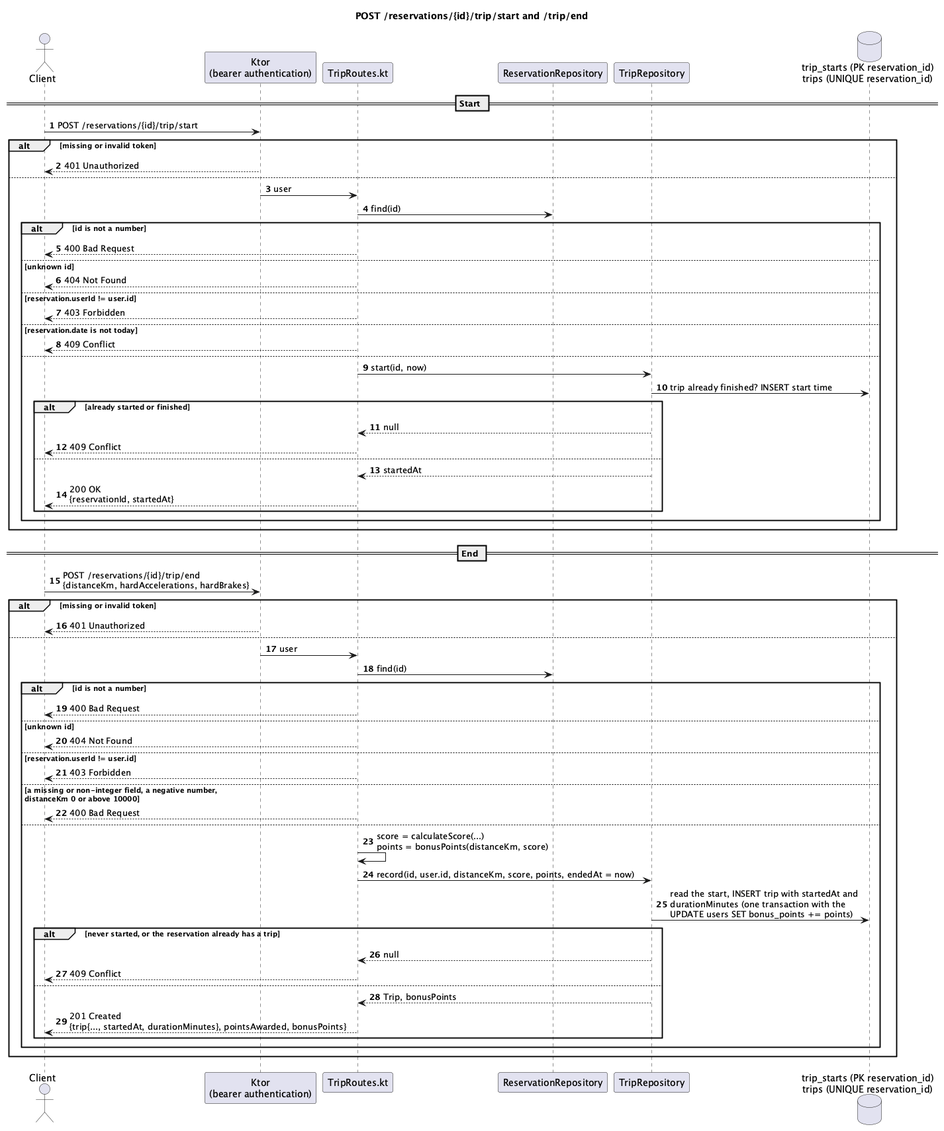
The PlantUML diagram docs/diagrams/sequence-start-end-trip.png in Rent-a-car-38291/rent-a-car, before a commit. Its diagram source:
```plantuml
@startuml
title POST /reservations/{id}/trip/start and /trip/end
autonumber

actor Client
participant "Ktor\n(bearer authentication)" as Auth
participant "TripRoutes.kt" as Route
participant "ReservationRepository" as Reservations
participant "TripRepository" as Repo
database "trip_starts (PK reservation_id)\ntrips (UNIQUE reservation_id)" as Db

== Start ==
Client -> Auth : POST /reservations/{id}/trip/start
alt missing or invalid token
  Auth --> Client : 401 Unauthorized
else
  Auth -> Route : user
  Route -> Reservations : find(id)
  alt id is not a number
    Route --> Client : 400 Bad Request
  else unknown id
    Route --> Client : 404 Not Found
  else reservation.userId != user.id
    Route --> Client : 403 Forbidden
  else reservation.date is not today
    Route --> Client : 409 Conflict
  else
    Route -> Repo : start(id, now)
    Repo -> Db : trip already finished? INSERT start time
    alt already started or finished
      Repo --> Route : null
      Route --> Client : 409 Conflict
    else
      Repo --> Route : startedAt
      Route --> Client : 200 OK\n{reservationId, startedAt}
    end
  end
end

== End ==
Client -> Auth : POST /reservations/{id}/trip/end\n{distanceKm, hardAccelerations, hardBrakes}
alt missing or invalid token
  Auth --> Client : 401 Unauthorized
else
  Auth -> Route : user
  Route -> Reservations : find(id)
  alt id is not a number
    Route --> Client : 400 Bad Request
  else unknown id
    Route --> Client : 404 Not Found
  else reservation.userId != user.id
    Route --> Client : 403 Forbidden
  else a missing or non-integer field, a negative number,\ndistanceKm 0 or above 10000
    Route --> Client : 400 Bad Request
  else
    Route -> Route : score = calculateScore(...)\npoints = bonusPoints(distanceKm, score)
    Route -> Repo : record(id, user.id, distanceKm, score, points, endedAt = now)
    Repo -> Db : read the start, INSERT trip with startedAt and\ndurationMinutes (one transaction with the\nUPDATE users SET bonus_points += points)
    alt never started, or the reservation already has a trip
      Repo --> Route : null
      Route --> Client : 409 Conflict
    else
      Repo --> Route : Trip, bonusPoints
      Route --> Client : 201 Created\n{trip{..., startedAt, durationMinutes}, pointsAwarded, bonusPoints}
    end
  end
end

@enduml
```
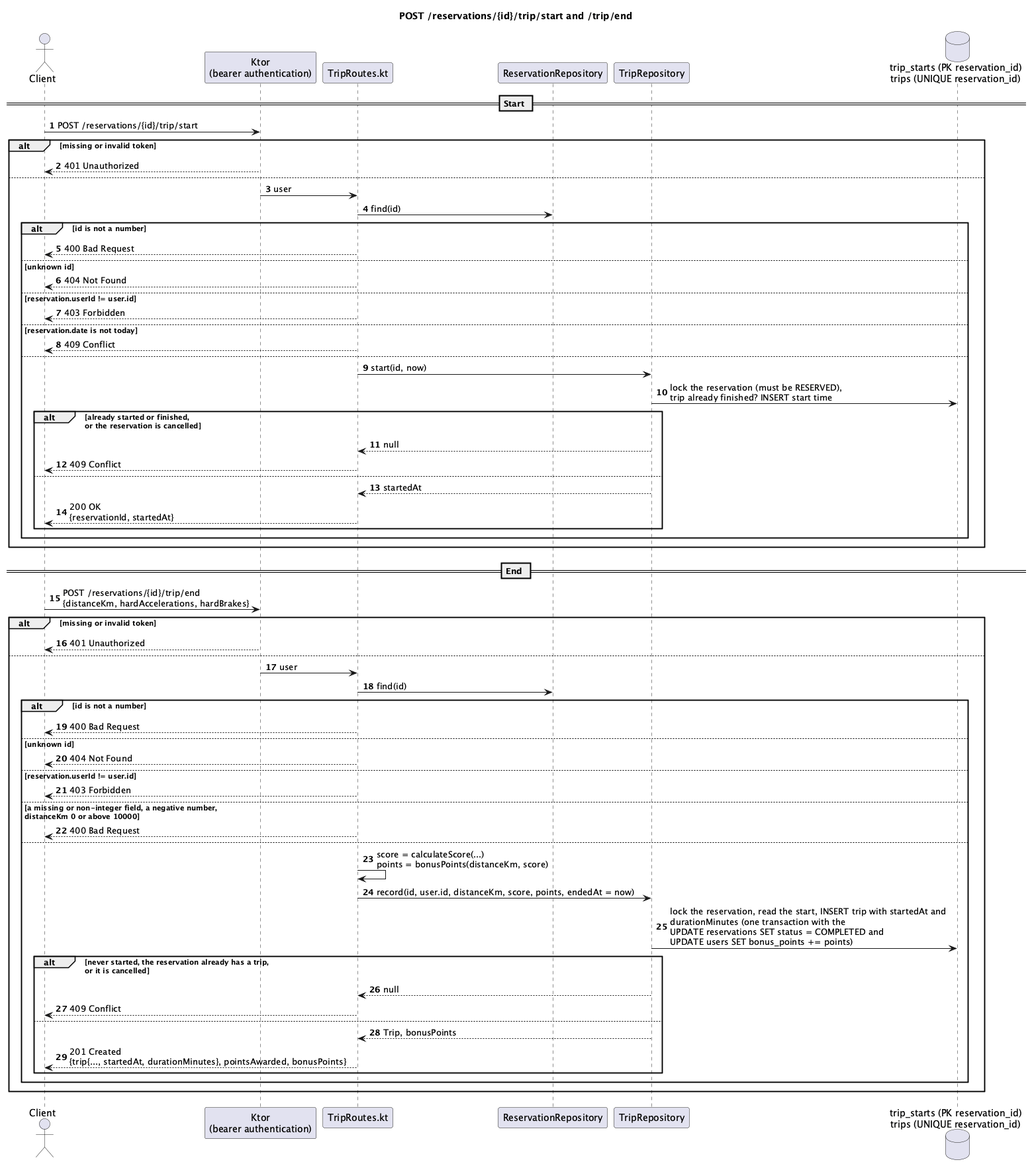
The same file after the commit.

The edit, as a diff of the source:
```diff
@@ -26,8 +26,8 @@
     Route --> Client : 409 Conflict
   else
     Route -> Repo : start(id, now)
-    Repo -> Db : trip already finished? INSERT start time
-    alt already started or finished
+    Repo -> Db : lock the reservation (must be RESERVED),\ntrip already finished? INSERT start time
+    alt already started or finished,\nor the reservation is cancelled
       Repo --> Route : null
       Route --> Client : 409 Conflict
     else
@@ -55,8 +55,8 @@
   else
     Route -> Route : score = calculateScore(...)\npoints = bonusPoints(distanceKm, score)
     Route -> Repo : record(id, user.id, distanceKm, score, points, endedAt = now)
-    Repo -> Db : read the start, INSERT trip with startedAt and\ndurationMinutes (one transaction with the\nUPDATE users SET bonus_points += points)
-    alt never started, or the reservation already has a trip
+    Repo -> Db : lock the reservation, read the start, INSERT trip with startedAt and\ndurationMinutes (one transaction with the\nUPDATE reservations SET status = COMPLETED and\nUPDATE users SET bonus_points += points)
+    alt never started, the reservation already has a trip,\nor it is cancelled
       Repo --> Route : null
       Route --> Client : 409 Conflict
     else
```
